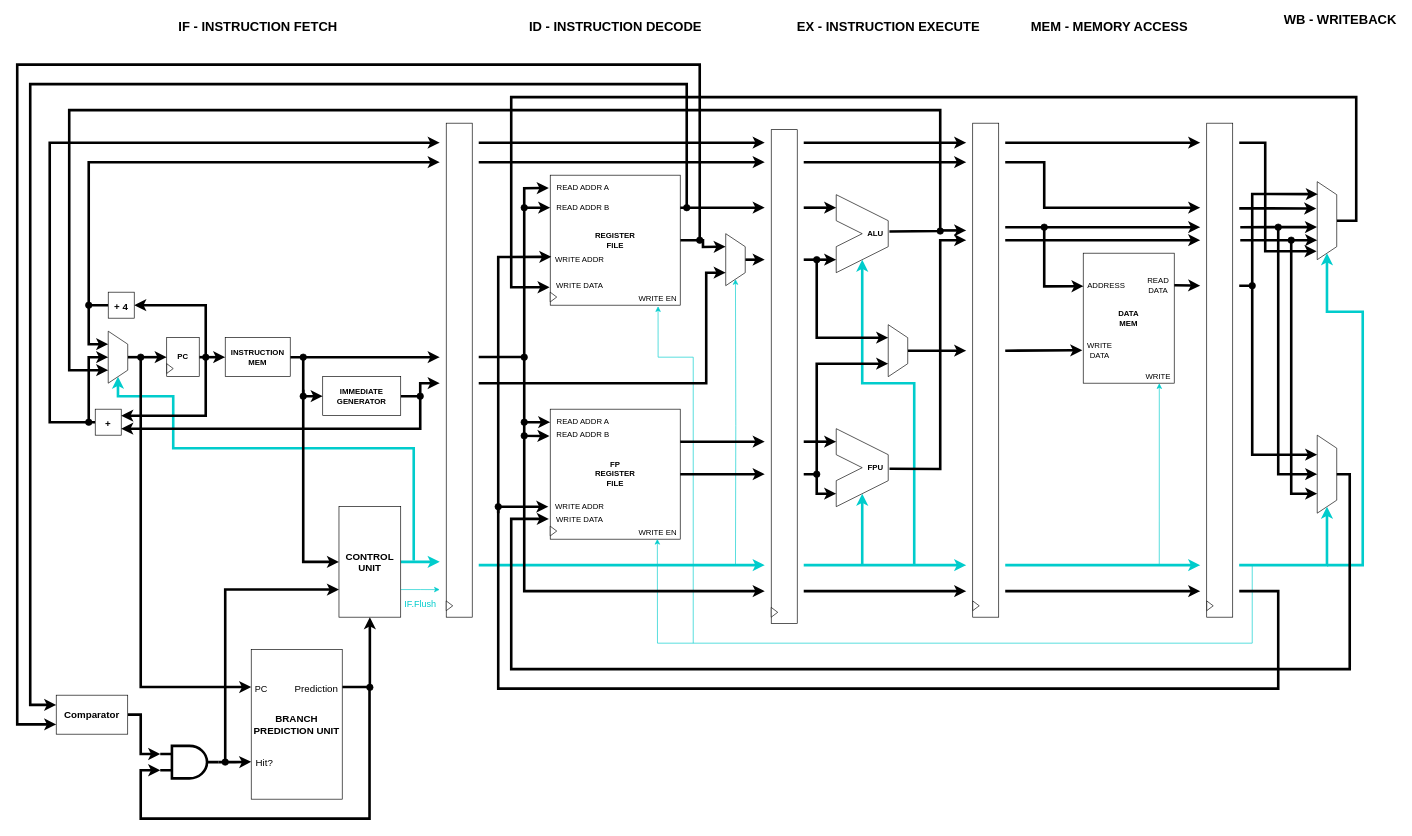
The draw.io diagram page "Overview" (1 of 9) of Diagrams/RV64IF_official.drawio in hohaicongthuan/RV64IF, before the edit. Source tidied: cells renumbered, new cells numbered last; positions are measured from the earlier drawing's top-left corner, leaving out a move shared by most shapes. Both pictures are drawn from the tidied source at 65%, with x=0, y=0 at pixel (17, 12).
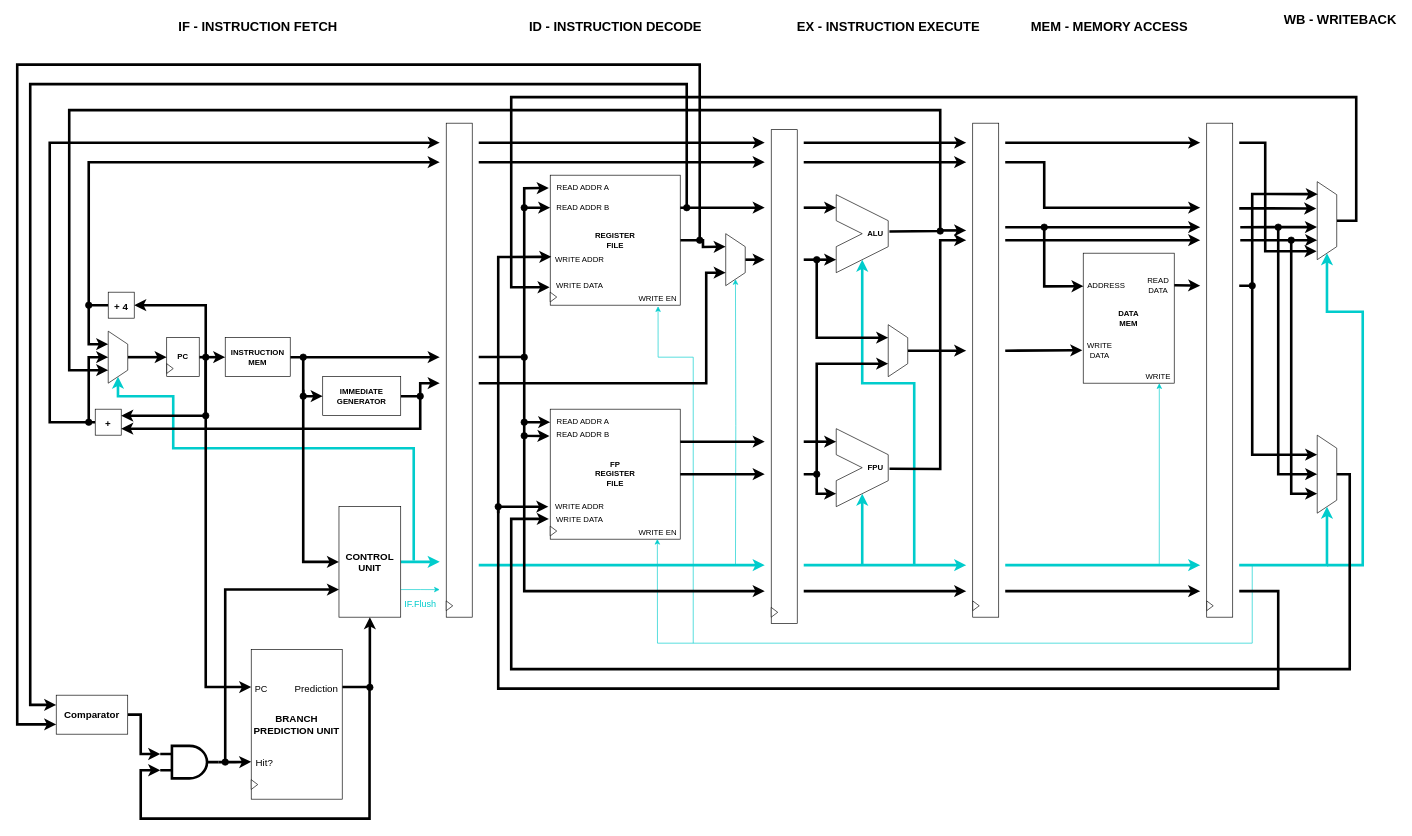
After the change.

The change refers to these unchanged cells:
```xml
<mxCell id="100" value="&lt;b&gt;BRANCH PREDICTION UNIT&lt;/b&gt;" style="whiteSpace=wrap;html=1;fontSize=15;" parent="1" vertex="1">
  <mxGeometry x="360" y="980" width="140" height="230" as="geometry" />
</mxCell>
<mxCell id="131" style="ellipse;whiteSpace=wrap;html=1;fillColor=#000000;" parent="1" vertex="1">
  <mxGeometry x="285" y="525" width="10" height="10" as="geometry" />
</mxCell>
```

What changed in the source:
```diff
@@
-    <mxCell id="98" style="edgeStyle=orthogonalEdgeStyle;rounded=0;jettySize=auto;html=1;fontSize=15;strokeColor=#000000;strokeWidth=4;entryX=0;entryY=0.25;entryDx=0;entryDy=0;" parent="1" edge="1" target="100">
+    <mxCell id="98" style="edgeStyle=orthogonalEdgeStyle;rounded=0;jettySize=auto;html=1;fontSize=15;strokeColor=#000000;strokeWidth=4;entryX=0;entryY=0.25;entryDx=0;entryDy=0;exitX=0.5;exitY=1;exitDx=0;exitDy=0;" parent="1" edge="1" source="131" target="100">
       <mxGeometry relative="1" as="geometry">
-        <mxPoint x="190" y="530" as="sourcePoint" />
         <Array as="points">
-          <mxPoint x="190" y="1037" />
+          <mxPoint x="290" y="1038" />
         </Array>
       </mxGeometry>
     </mxCell>
@@
-    <mxCell id="129" style="ellipse;whiteSpace=wrap;html=1;fillColor=#000000;" parent="1" vertex="1">
-      <mxGeometry x="185" y="525" width="10" height="10" as="geometry" />
-    </mxCell>
@@
+    <mxCell id="162" style="triangle;whiteSpace=wrap;html=1;" parent="1" vertex="1">
+      <mxGeometry x="360" y="1180" width="10" height="15" as="geometry" />
+    </mxCell>
+    <mxCell id="163" style="ellipse;whiteSpace=wrap;html=1;fillColor=#000000;" parent="1" vertex="1">
+      <mxGeometry x="285" y="615" width="10" height="10" as="geometry" />
+    </mxCell>
```
